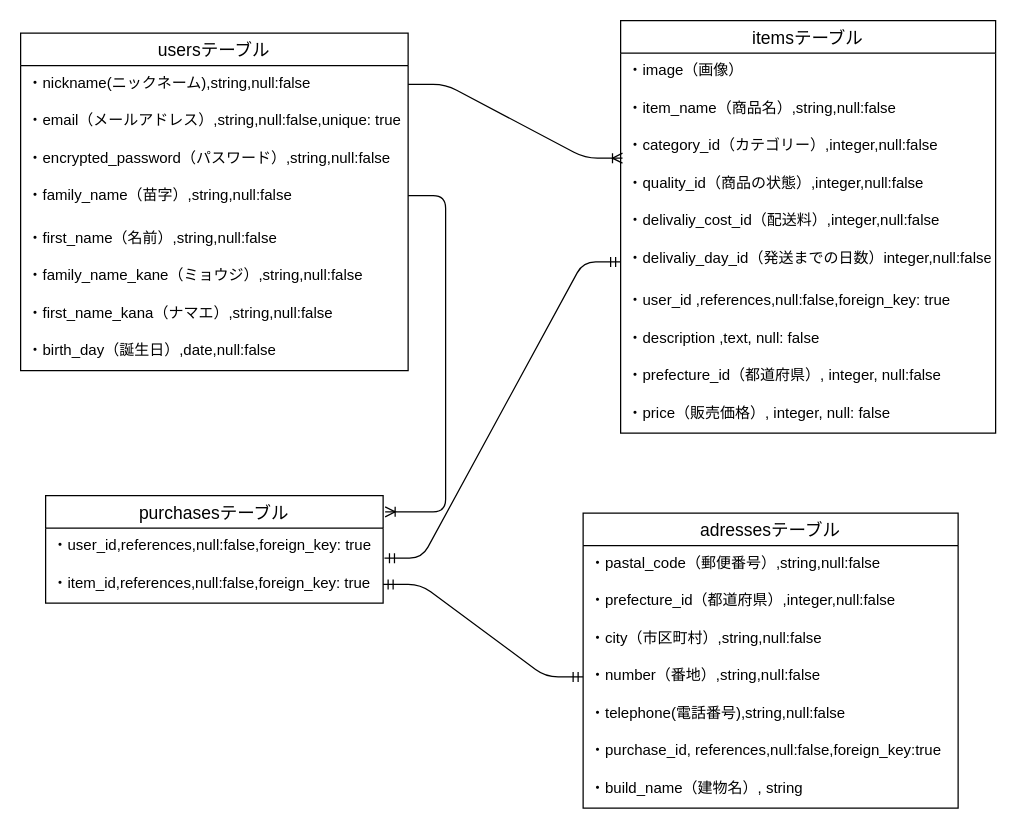
Before: furima.dio in yuta-d/furima-34332, a draw.io diagram. Source tidied: cells renumbered, new cells numbered last; positions are measured from the earlier drawing's top-left corner, leaving out a move shared by most shapes. Both pictures are drawn from the tidied source at 125%, with x=0, y=0 at pixel (20, 20).
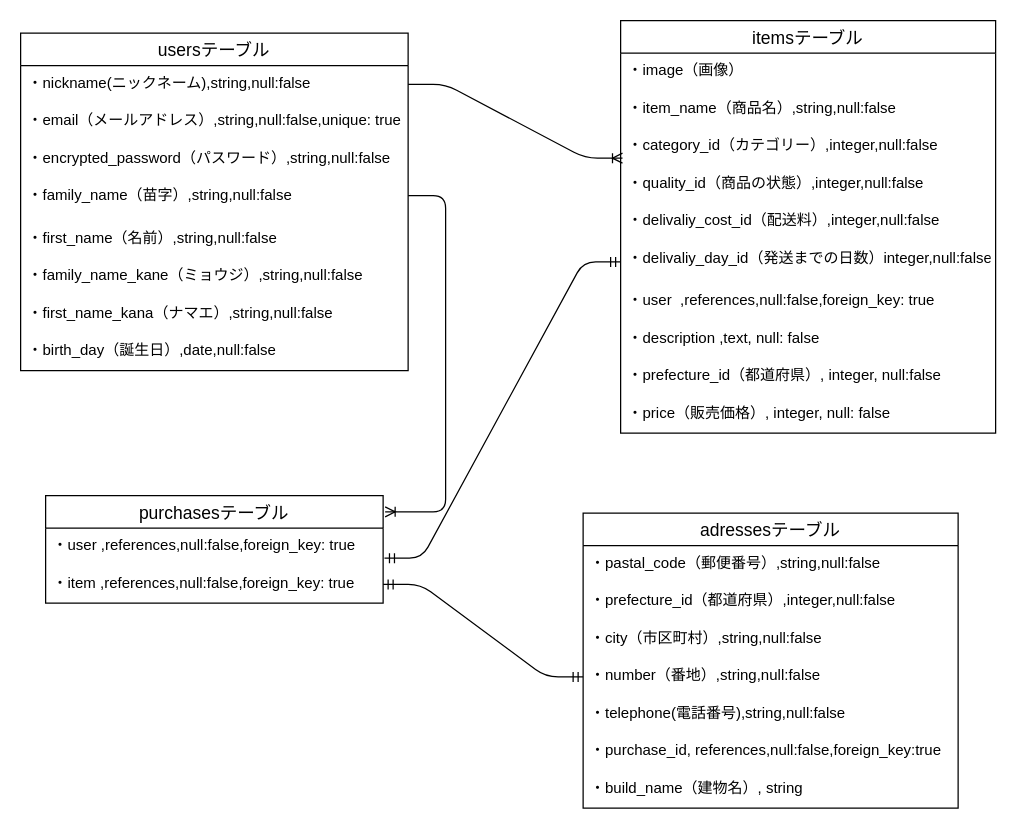
The same diagram, later.

Unchanged cells that the change refers to:
```xml
<mxCell id="11" value="itemsテーブル" style="swimlane;fontStyle=0;horizontal=1;startSize=26;align=center;fontSize=14;" parent="1" vertex="1">
  <mxGeometry x="480" width="300" height="330" as="geometry" />
</mxCell>
<mxCell id="23" value="purchasesテーブル" style="swimlane;fontStyle=0;horizontal=1;startSize=26;align=center;fontSize=14;" parent="1" vertex="1">
  <mxGeometry x="20" y="380" width="270" height="86" as="geometry" />
</mxCell>
```

Diff of the diagram source:
```diff
@@
-    <mxCell id="18" value="・user_id ,references,null:false,foreign_key: true " style="text;strokeColor=none;fillColor=none;spacingLeft=4;spacingRight=4;overflow=hidden;fontSize=12;" parent="11" vertex="1">
+    <mxCell id="18" value="・user  ,references,null:false,foreign_key: true " style="text;strokeColor=none;fillColor=none;spacingLeft=4;spacingRight=4;overflow=hidden;fontSize=12;" parent="11" vertex="1">
       <mxGeometry y="210" width="300" height="30" as="geometry" />
     </mxCell>
@@
-    <mxCell id="24" value="・user_id,references,null:false,foreign_key: true" style="text;strokeColor=none;fillColor=none;spacingLeft=4;spacingRight=4;overflow=hidden;points=[[0,0.5],[1,0.5]];portConstraint=eastwest;fontSize=12;" parent="23" vertex="1">
+    <mxCell id="24" value="・user ,references,null:false,foreign_key: true" style="text;strokeColor=none;fillColor=none;spacingLeft=4;spacingRight=4;overflow=hidden;points=[[0,0.5],[1,0.5]];portConstraint=eastwest;fontSize=12;" parent="23" vertex="1">
       <mxGeometry y="26" width="270" height="30" as="geometry" />
     </mxCell>
-    <mxCell id="25" value="・item_id,references,null:false,foreign_key: true" style="text;strokeColor=none;fillColor=none;spacingLeft=4;spacingRight=4;overflow=hidden;points=[[0,0.5],[1,0.5]];portConstraint=eastwest;fontSize=12;" parent="23" vertex="1">
+    <mxCell id="25" value="・item ,references,null:false,foreign_key: true" style="text;strokeColor=none;fillColor=none;spacingLeft=4;spacingRight=4;overflow=hidden;points=[[0,0.5],[1,0.5]];portConstraint=eastwest;fontSize=12;" parent="23" vertex="1">
       <mxGeometry y="56" width="270" height="30" as="geometry" />
     </mxCell>
```
